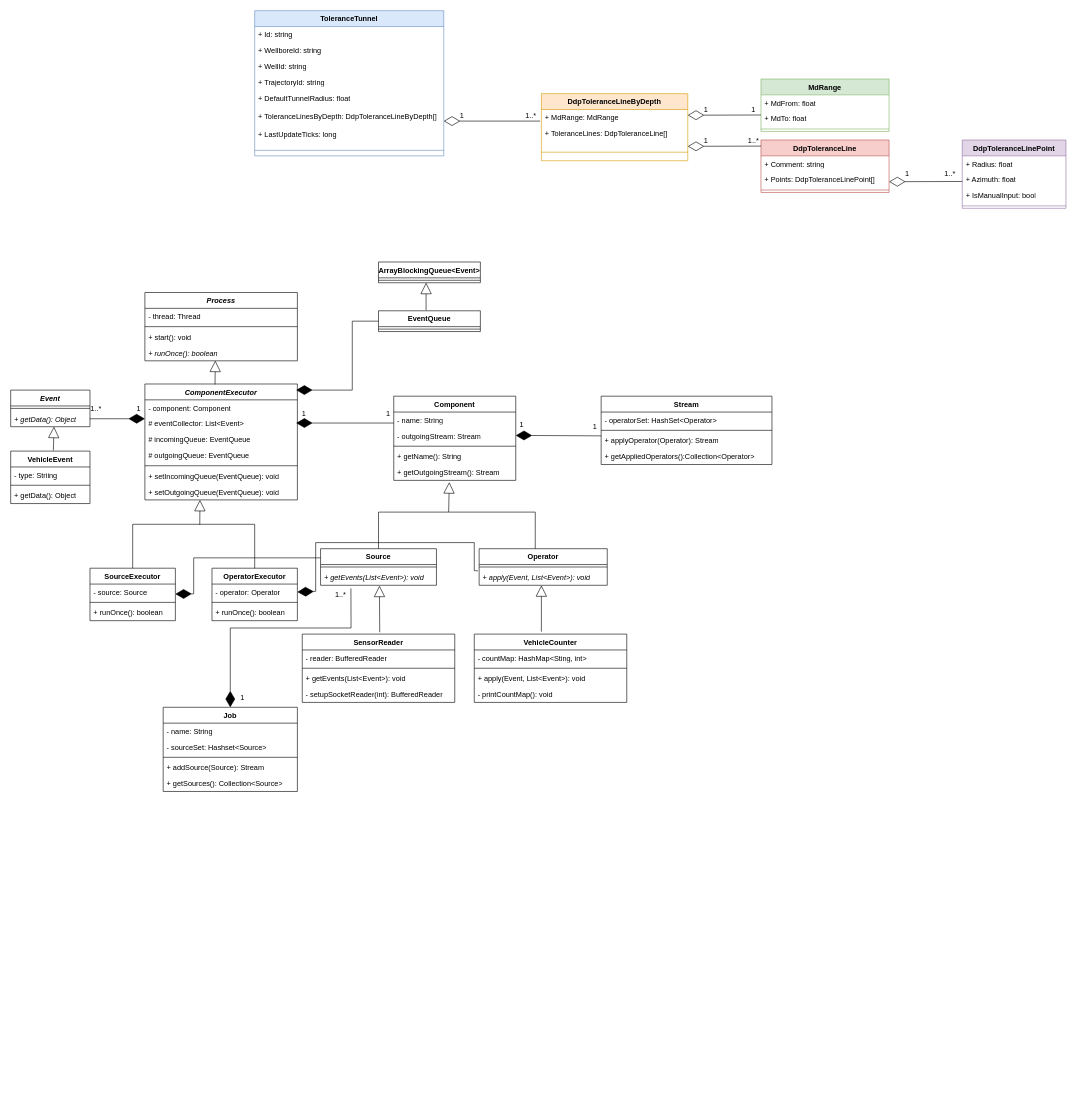
Earlier version of the draw.io diagram UML_Diagram.drawio (baoqger/drawing.io). Source tidied: cells renumbered, new cells numbered last; positions are measured from the earlier drawing's top-left corner, leaving out a move shared by most shapes. Both pictures are drawn from the tidied source at 61%, with x=0, y=0 at pixel (10, 10).
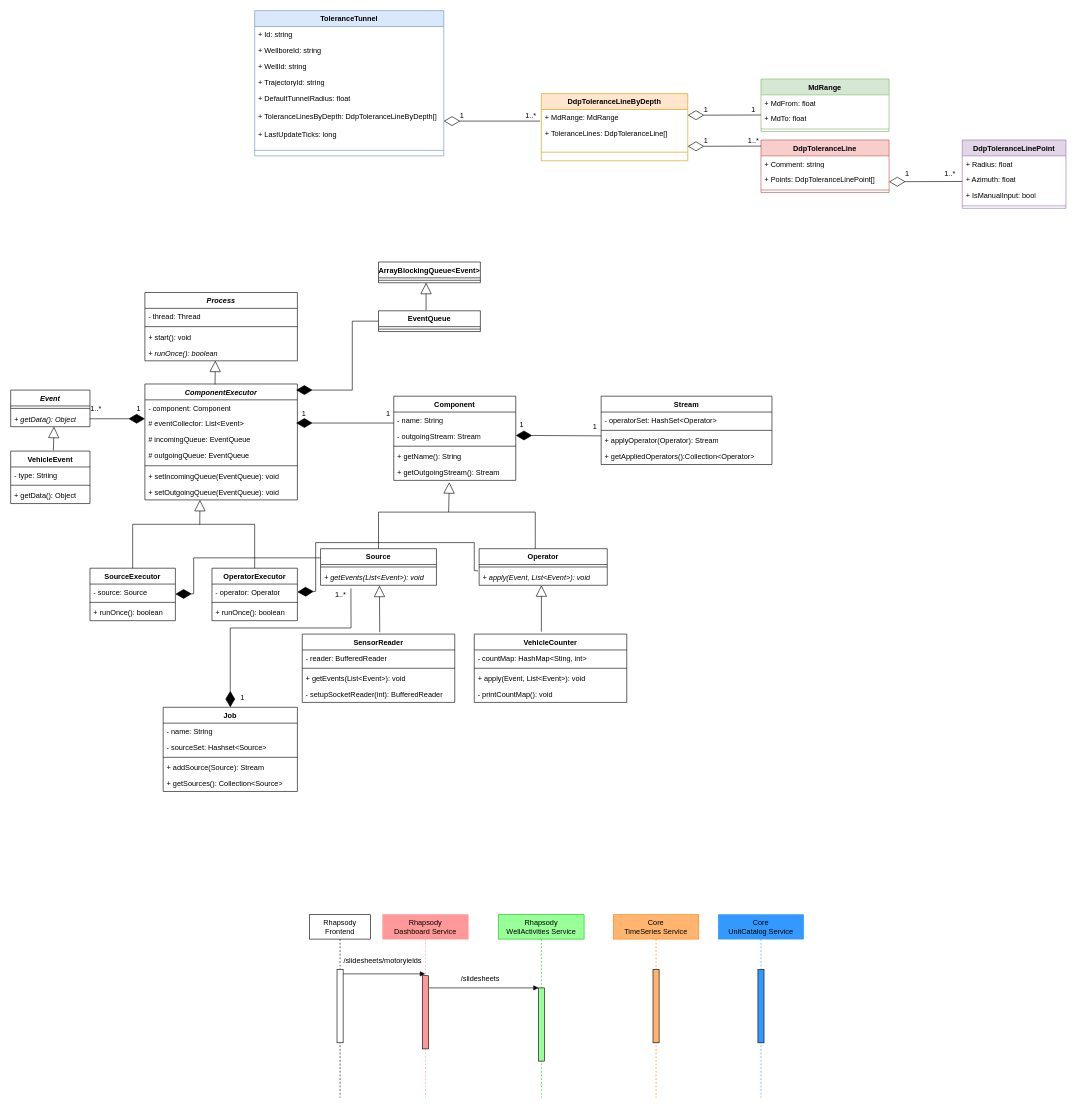
The same diagram, later.

Diff of the diagram source:
```diff
@@
+    <mxCell id="131" value="Rhapsody&lt;div&gt;Dashboard Service&lt;/div&gt;" style="shape=umlLifeline;perimeter=lifelinePerimeter;whiteSpace=wrap;html=1;newEdgeStyle={&quot;edgeStyle&quot;:&quot;elbowEdgeStyle&quot;,&quot;elbow&quot;:&quot;vertical&quot;,&quot;curved&quot;:0,&quot;rounded&quot;:0};fillColor=#FF9999;strokeColor=#FF9999;" parent="1" vertex="1">
+      <mxGeometry x="610" y="1482" width="140" height="300" as="geometry" />
+    </mxCell>
+    <mxCell id="132" value="Rhapsody Frontend" style="shape=umlLifeline;perimeter=lifelinePerimeter;whiteSpace=wrap;html=1;newEdgeStyle={&quot;edgeStyle&quot;:&quot;elbowEdgeStyle&quot;,&quot;elbow&quot;:&quot;vertical&quot;,&quot;curved&quot;:0,&quot;rounded&quot;:0};" parent="1" vertex="1">
+      <mxGeometry x="490" y="1482" width="100" height="300" as="geometry" />
+    </mxCell>
+    <mxCell id="133" style="html=1;points=[[0,0,0,0,5],[0,1,0,0,-5],[1,0,0,0,5],[1,1,0,0,-5]];perimeter=orthogonalPerimeter;outlineConnect=0;targetShapes=umlLifeline;portConstraint=eastwest;newEdgeStyle={&quot;curved&quot;:0,&quot;rounded&quot;:0};" parent="132" vertex="1">
+      <mxGeometry x="45" y="90" width="10" height="120" as="geometry" />
+    </mxCell>
+    <mxCell id="134" value="Rhapsody&lt;div&gt;WellActivities Service&lt;/div&gt;" style="shape=umlLifeline;perimeter=lifelinePerimeter;whiteSpace=wrap;html=1;newEdgeStyle={&quot;edgeStyle&quot;:&quot;elbowEdgeStyle&quot;,&quot;elbow&quot;:&quot;vertical&quot;,&quot;curved&quot;:0,&quot;rounded&quot;:0};fillColor=#99FF99;strokeColor=#00CC00;" parent="1" vertex="1">
+      <mxGeometry x="800" y="1482" width="140" height="300" as="geometry" />
+    </mxCell>
+    <mxCell id="135" style="html=1;perimeter=orthogonalPerimeter;targetShapes=umlLifeline;newEdgeStyle={&quot;curved&quot;:0,&quot;rounded&quot;:0};fillColor=#99FF99;" parent="134" vertex="1">
+      <mxGeometry x="65" y="120" width="10" height="120" as="geometry" />
+    </mxCell>
+    <mxCell id="136" value="Core&lt;br&gt;&lt;div&gt;TimeSeries Service&lt;/div&gt;" style="shape=umlLifeline;perimeter=lifelinePerimeter;whiteSpace=wrap;html=1;newEdgeStyle={&quot;edgeStyle&quot;:&quot;elbowEdgeStyle&quot;,&quot;elbow&quot;:&quot;vertical&quot;,&quot;curved&quot;:0,&quot;rounded&quot;:0};fillColor=#FFB570;strokeColor=#FF8000;" parent="1" vertex="1">
+      <mxGeometry x="988" y="1482" width="140" height="300" as="geometry" />
+    </mxCell>
+    <mxCell id="137" style="html=1;perimeter=orthogonalPerimeter;targetShapes=umlLifeline;newEdgeStyle={&quot;curved&quot;:0,&quot;rounded&quot;:0};fillColor=#FFB570;" parent="136" vertex="1">
+      <mxGeometry x="65" y="90" width="10" height="120" as="geometry" />
+    </mxCell>
+    <mxCell id="138" value="Core&lt;br&gt;&lt;div&gt;UnitCatalog Service&lt;/div&gt;" style="shape=umlLifeline;perimeter=lifelinePerimeter;whiteSpace=wrap;html=1;newEdgeStyle={&quot;edgeStyle&quot;:&quot;elbowEdgeStyle&quot;,&quot;elbow&quot;:&quot;vertical&quot;,&quot;curved&quot;:0,&quot;rounded&quot;:0};fillColor=#3399FF;strokeColor=#3399FF;" parent="1" vertex="1">
+      <mxGeometry x="1160" y="1482" width="140" height="300" as="geometry" />
+    </mxCell>
+    <mxCell id="139" style="html=1;perimeter=orthogonalPerimeter;targetShapes=umlLifeline;newEdgeStyle={&quot;curved&quot;:0,&quot;rounded&quot;:0};fillColor=#3399FF;" parent="138" vertex="1">
+      <mxGeometry x="65" y="90" width="10" height="120" as="geometry" />
+    </mxCell>
+    <mxCell id="140" style="html=1;verticalAlign=bottom;labelBackgroundColor=none;endArrow=block;endFill=1;rounded=0;" parent="1" edge="1" source="133">
+      <mxGeometry relative="1" as="geometry">
+        <mxPoint x="679.5" y="1579" as="targetPoint" />
+      </mxGeometry>
+    </mxCell>
+    <mxCell id="141" value="/slidesheets/motoryields" style="text;html=1;align=center;verticalAlign=middle;whiteSpace=wrap;rounded=0;" parent="1" vertex="1">
+      <mxGeometry x="580" y="1542" width="60" height="30" as="geometry" />
+    </mxCell>
+    <mxCell id="142" value="/slidesheets" style="text;html=1;align=center;verticalAlign=middle;whiteSpace=wrap;rounded=0;" parent="1" vertex="1">
+      <mxGeometry x="740" y="1572" width="60" height="30" as="geometry" />
+    </mxCell>
+    <mxCell id="143" style="html=1;verticalAlign=bottom;labelBackgroundColor=none;endArrow=block;endFill=1;rounded=0;" parent="1" edge="1">
+      <mxGeometry relative="1" as="geometry">
+        <mxPoint x="686" y="1602" as="sourcePoint" />
+        <mxPoint x="865.5" y="1602" as="targetPoint" />
+      </mxGeometry>
+    </mxCell>
+    <mxCell id="144" style="html=1;perimeter=orthogonalPerimeter;targetShapes=umlLifeline;newEdgeStyle={&quot;curved&quot;:0,&quot;rounded&quot;:0};fillColor=#FF9999;" parent="1" vertex="1">
+      <mxGeometry x="675" y="1582" width="10" height="120" as="geometry" />
+    </mxCell>
```
